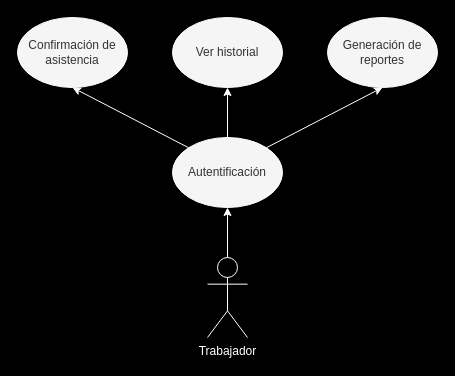
Before: subsistemas/trabajador/trabajador.drawio in ecardosa/LogiRAIL-project, a draw.io diagram. Source tidied: cells renumbered, new cells numbered last; positions are measured from the earlier drawing's top-left corner, leaving out a move shared by most shapes. Both pictures are drawn from the tidied source at 100%, with x=0, y=0 at pixel (17, 17).
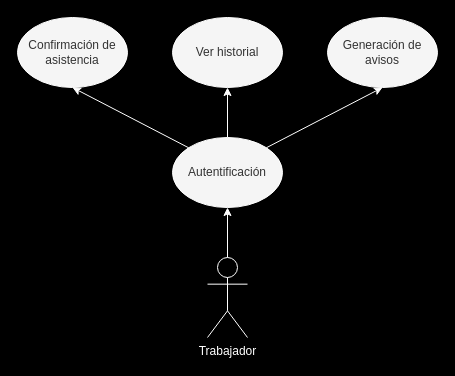
Above is the later version.

Change to the diagram source:
```diff
@@
 <mxGraphModel background="#000000">
   <root>
     <mxCell id="0" />
     <mxCell id="1" parent="0" />
     <mxCell id="2" style="edgeStyle=none;html=1;exitX=0.5;exitY=0;exitDx=0;exitDy=0;exitPerimeter=0;entryX=0.5;entryY=1;entryDx=0;entryDy=0;fillColor=#f5f5f5;strokeColor=#FFFFFF;" parent="1" edge="1" source="3" target="7">
       <mxGeometry relative="1" as="geometry" />
     </mxCell>
     <mxCell id="3" value="Trabajador" style="shape=umlActor;verticalLabelPosition=bottom;verticalAlign=top;html=1;fillColor=none;fontColor=#FFFFFF;strokeColor=#FFFFFF;" parent="1" vertex="1">
       <mxGeometry x="190" y="240" width="40" height="80" as="geometry" />
     </mxCell>
     <mxCell id="4" style="edgeStyle=none;html=1;exitX=0.5;exitY=0;exitDx=0;exitDy=0;entryX=0.5;entryY=1;entryDx=0;entryDy=0;fillColor=#f5f5f5;strokeColor=#FFFFFF;" parent="1" edge="1" source="7" target="9">
       <mxGeometry relative="1" as="geometry" />
     </mxCell>
     <mxCell id="5" style="edgeStyle=none;html=1;exitX=0;exitY=0;exitDx=0;exitDy=0;entryX=0.5;entryY=1;entryDx=0;entryDy=0;fillColor=#f5f5f5;strokeColor=#FFFFFF;" parent="1" edge="1" source="7" target="8">
       <mxGeometry relative="1" as="geometry" />
     </mxCell>
     <mxCell id="6" style="edgeStyle=none;html=1;exitX=1;exitY=0;exitDx=0;exitDy=0;entryX=0.5;entryY=1;entryDx=0;entryDy=0;fillColor=#f5f5f5;strokeColor=#FFFFFF;" parent="1" edge="1" source="7" target="10">
       <mxGeometry relative="1" as="geometry" />
     </mxCell>
     <mxCell id="7" value="Autentificación" style="ellipse;whiteSpace=wrap;html=1;fillColor=#f5f5f5;fontColor=#333333;strokeColor=#FFFFFF;" parent="1" vertex="1">
       <mxGeometry x="155" y="120" width="110" height="70" as="geometry" />
     </mxCell>
     <mxCell id="8" value="Confirmación de asistencia" style="ellipse;whiteSpace=wrap;html=1;fillColor=#f5f5f5;fontColor=#333333;strokeColor=#FFFFFF;" parent="1" vertex="1">
       <mxGeometry width="110" height="70" as="geometry" />
     </mxCell>
     <mxCell id="9" value="Ver historial" style="ellipse;whiteSpace=wrap;html=1;fillColor=#f5f5f5;fontColor=#333333;strokeColor=#FFFFFF;" parent="1" vertex="1">
       <mxGeometry x="155" width="110" height="70" as="geometry" />
     </mxCell>
-    <mxCell id="10" value="Generación de reportes" style="ellipse;whiteSpace=wrap;html=1;fillColor=#f5f5f5;fontColor=#333333;strokeColor=#FFFFFF;" parent="1" vertex="1">
+    <mxCell id="10" value="Generación de avisos" style="ellipse;whiteSpace=wrap;html=1;fillColor=#f5f5f5;fontColor=#333333;strokeColor=#FFFFFF;" parent="1" vertex="1">
       <mxGeometry x="310" width="110" height="70" as="geometry" />
     </mxCell>
   </root>
 </mxGraphModel>
```
